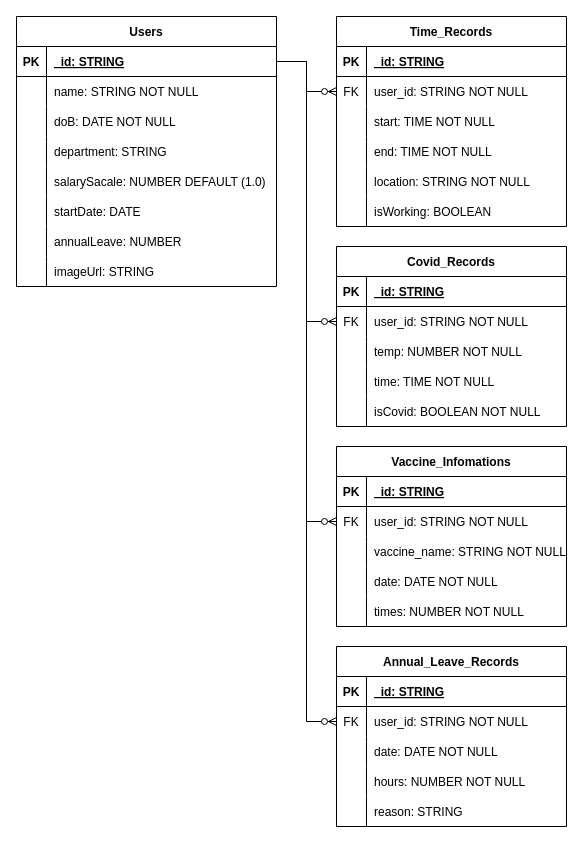
Before: Untitled Diagram.drawio in shineofichi/StaffsManager, a draw.io diagram. Source tidied: cells renumbered, new cells numbered last; positions are measured from the earlier drawing's top-left corner, leaving out a move shared by most shapes. Both pictures are drawn from the tidied source at 100%, with x=0, y=0 at pixel (16, 16).
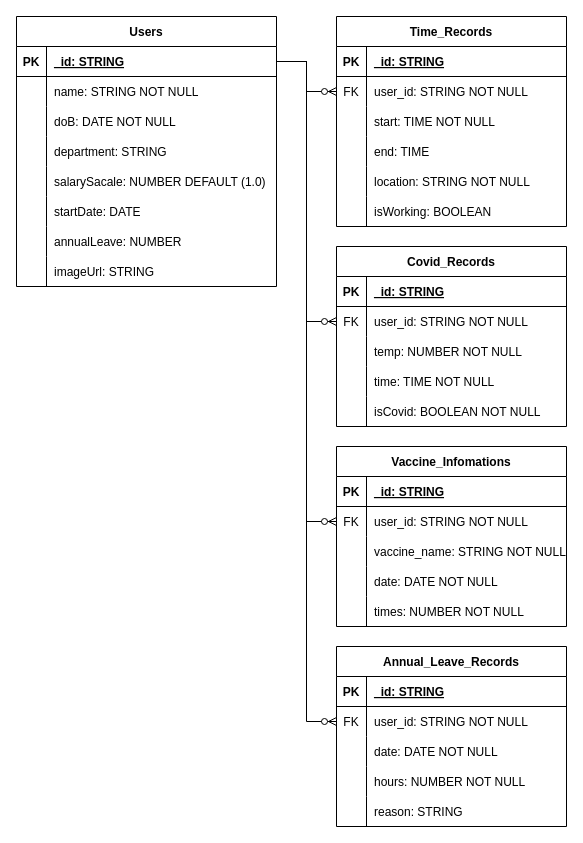
After the change.

The change refers to these unchanged cells:
```xml
<mxCell id="45" style="shape=tableRow;horizontal=0;startSize=0;swimlaneHead=0;swimlaneBody=0;fillColor=none;top=0;left=0;right=0;bottom=0;" parent="35" vertex="1">
  <mxGeometry y="120" width="230" height="30" as="geometry" />
</mxCell>
```

Diff of the diagram source:
```diff
@@
-    <mxCell id="47" value="end: TIME NOT NULL" style="shape=partialRectangle;fillColor=none;top=0;left=0;bottom=0;right=0;align=left;spacingLeft=6;overflow=hidden;" parent="45" vertex="1">
+    <mxCell id="47" value="end: TIME" style="shape=partialRectangle;fillColor=none;top=0;left=0;bottom=0;right=0;align=left;spacingLeft=6;overflow=hidden;" parent="45" vertex="1">
       <mxGeometry x="30" width="200" height="30" as="geometry" />
     </mxCell>
```
